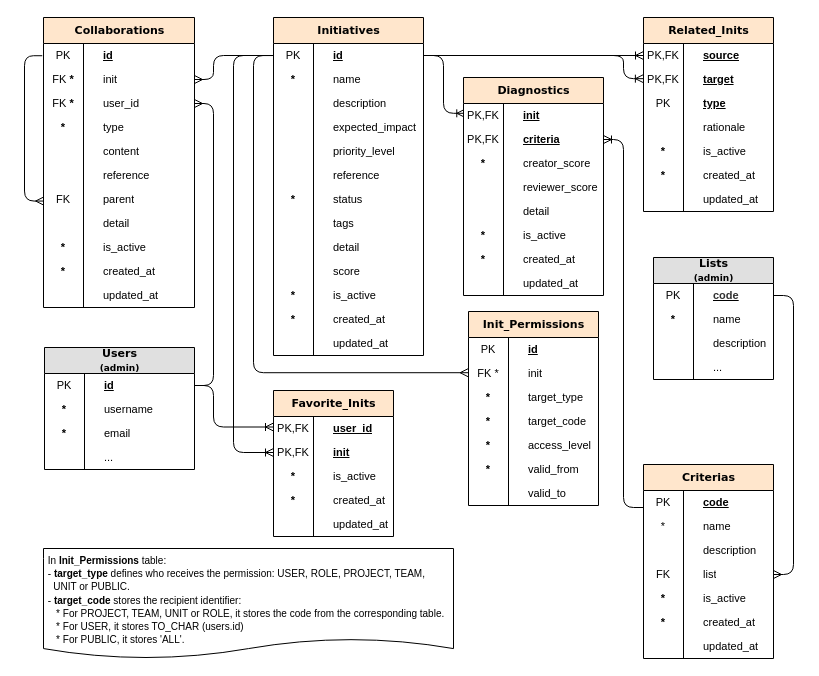
This is page "inits" (6 of 8) of docs/models.drawio from abc-flex/synapxia, a draw.io file, before an edit. Source tidied: cells renumbered, new cells numbered last; positions are measured from the earlier drawing's top-left corner, leaving out a move shared by most shapes. Both pictures are drawn from the tidied source at 100%, with x=0, y=0 at pixel (24, 17).
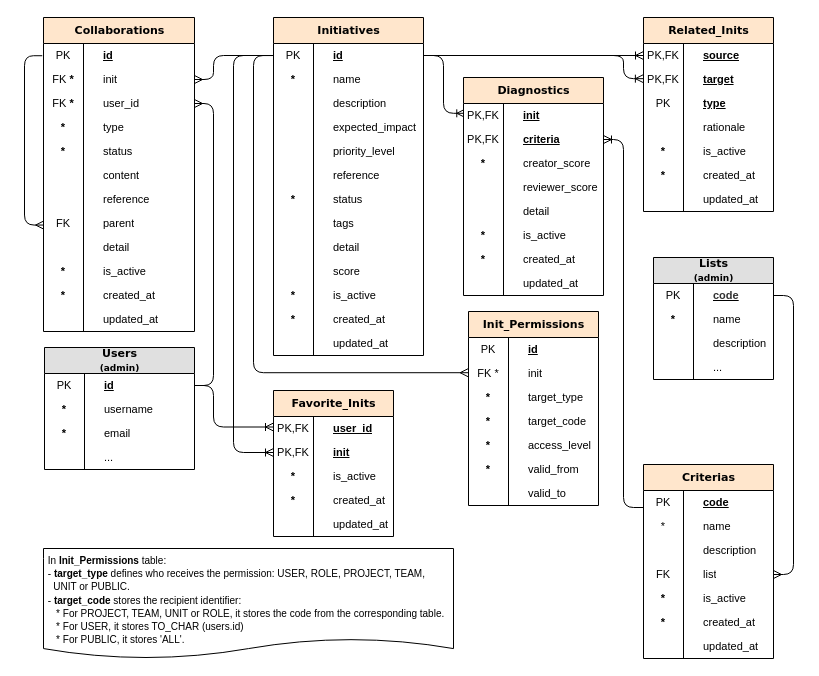
Above is the later version.

The edit, as a diff of the source:
```diff
@@
     <mxCell id="41" value="&lt;font&gt;Collaborations&lt;/font&gt;" style="swimlane;html=1;fontStyle=1;horizontal=1;startSize=26;fillColor=#FFE6CC;swimlaneFillColor=#ffffff;align=center;rounded=0;shadow=0;comic=0;labelBackgroundColor=none;strokeWidth=1;fontFamily=Verdana;fontSize=11;spacing=0;" parent="1" vertex="1">
-      <mxGeometry x="19" width="151" height="290" as="geometry" />
+      <mxGeometry x="19" width="151" height="314" as="geometry" />
     </mxCell>
@@
+    <mxCell id="155" value="status" style="shape=partialRectangle;top=0;left=0;right=0;bottom=0;html=1;align=left;verticalAlign=middle;fillColor=none;spacingLeft=60;spacingRight=4;whiteSpace=wrap;overflow=hidden;fontStyle=0;fontSize=11;spacing=0;" parent="41" vertex="1">
+      <mxGeometry y="122" width="151" height="24" as="geometry" />
+    </mxCell>
+    <mxCell id="156" value="&lt;b&gt;*&lt;/b&gt;" style="shape=partialRectangle;fontStyle=0;top=0;left=0;bottom=0;html=1;fillColor=none;align=center;verticalAlign=middle;spacingLeft=4;spacingRight=4;whiteSpace=wrap;overflow=hidden;fontSize=11;spacing=0;" parent="155" vertex="1">
+      <mxGeometry width="40" height="24" as="geometry" />
+    </mxCell>
     <mxCell id="50" value="&lt;span style=&quot;font-weight: normal;&quot;&gt;content&lt;/span&gt;" style="shape=partialRectangle;top=0;left=0;right=0;bottom=0;html=1;align=left;verticalAlign=middle;fillColor=none;spacingLeft=60;spacingRight=4;whiteSpace=wrap;overflow=hidden;fontStyle=1;fontSize=11;spacing=0;" parent="41" vertex="1">
-      <mxGeometry y="122" width="151" height="24" as="geometry" />
+      <mxGeometry y="146" width="151" height="24" as="geometry" />
     </mxCell>
@@
     <mxCell id="52" value="reference" style="shape=partialRectangle;top=0;left=0;right=0;bottom=0;html=1;align=left;verticalAlign=middle;fillColor=none;spacingLeft=60;spacingRight=4;whiteSpace=wrap;overflow=hidden;fontStyle=0;fontSize=11;spacing=0;" parent="41" vertex="1">
-      <mxGeometry y="146" width="151" height="24" as="geometry" />
+      <mxGeometry y="170" width="151" height="24" as="geometry" />
     </mxCell>
@@
     <mxCell id="54" value="parent" style="shape=partialRectangle;top=0;left=0;right=0;bottom=0;html=1;align=left;verticalAlign=middle;fillColor=none;spacingLeft=60;spacingRight=4;whiteSpace=wrap;overflow=hidden;fontStyle=0;fontSize=11;spacing=0;" parent="41" vertex="1">
-      <mxGeometry y="170" width="151" height="24" as="geometry" />
+      <mxGeometry y="194" width="151" height="24" as="geometry" />
     </mxCell>
@@
     <mxCell id="56" value="detail" style="shape=partialRectangle;top=0;left=0;right=0;bottom=0;html=1;align=left;verticalAlign=middle;fillColor=none;spacingLeft=60;spacingRight=4;whiteSpace=wrap;overflow=hidden;fontStyle=0;fontSize=11;spacing=0;" parent="41" vertex="1">
-      <mxGeometry y="194" width="151" height="24" as="geometry" />
+      <mxGeometry y="218" width="151" height="24" as="geometry" />
     </mxCell>
@@
     <mxCell id="58" value="is_active" style="shape=partialRectangle;top=0;left=0;right=0;bottom=0;html=1;align=left;verticalAlign=middle;fillColor=none;spacingLeft=60;spacingRight=4;whiteSpace=wrap;overflow=hidden;fontStyle=0;fontSize=11;spacing=0;" parent="41" vertex="1">
-      <mxGeometry y="218" width="151" height="24" as="geometry" />
+      <mxGeometry y="242" width="151" height="24" as="geometry" />
     </mxCell>
@@
     <mxCell id="60" value="created_at" style="shape=partialRectangle;top=0;left=0;right=0;bottom=0;html=1;align=left;verticalAlign=middle;fillColor=none;spacingLeft=60;spacingRight=4;whiteSpace=wrap;overflow=hidden;fontStyle=0;fontSize=11;spacing=0;" parent="41" vertex="1">
-      <mxGeometry y="242" width="151" height="24" as="geometry" />
+      <mxGeometry y="266" width="151" height="24" as="geometry" />
     </mxCell>
@@
     <mxCell id="62" value="updated_at" style="shape=partialRectangle;top=0;left=0;right=0;bottom=0;html=1;align=left;verticalAlign=middle;fillColor=none;spacingLeft=60;spacingRight=4;whiteSpace=wrap;overflow=hidden;fontStyle=0;fontSize=11;spacing=0;" parent="41" vertex="1">
-      <mxGeometry y="266" width="151" height="24" as="geometry" />
+      <mxGeometry y="290" width="151" height="24" as="geometry" />
     </mxCell>
```
